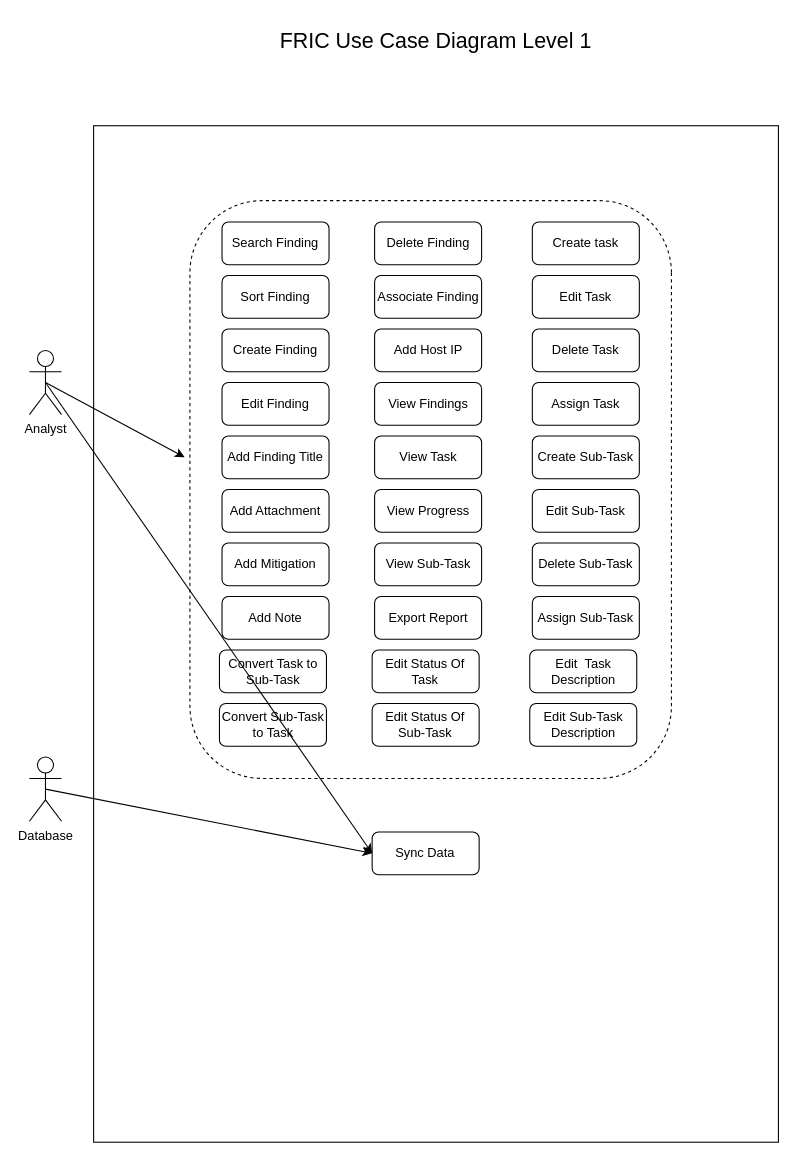
Earlier version of the draw.io diagram Untitled Diagram.drawio (jahernandez14/DB_Diagrams). Source tidied: cells renumbered, new cells numbered last; positions are measured from the earlier drawing's top-left corner, leaving out a move shared by most shapes. Both pictures are drawn from the tidied source at 107%, with x=0, y=0 at pixel (29, 18).
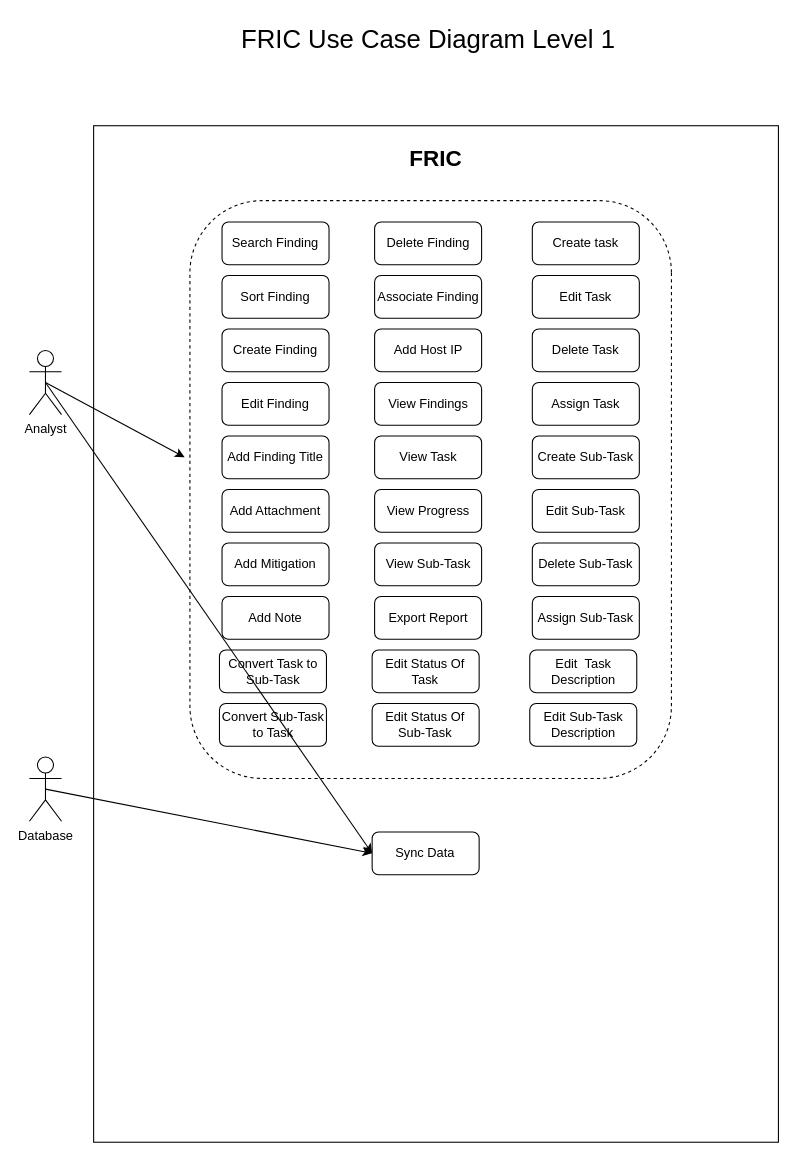
After the change.

Change to the diagram source:
```diff
@@
-    <mxCell id="2" value="&lt;font style=&quot;font-size: 20px&quot;&gt;FRIC Use Case Diagram Level 1&lt;/font&gt;" style="text;html=1;strokeColor=none;fillColor=none;align=center;verticalAlign=middle;whiteSpace=wrap;rounded=0;" parent="1" vertex="1">
-      <mxGeometry x="210" width="340" height="40" as="geometry" />
+    <mxCell id="2" value="&lt;font style=&quot;font-size: 24px&quot;&gt;FRIC Use Case Diagram Level 1&lt;/font&gt;" style="text;html=1;strokeColor=none;fillColor=none;align=center;verticalAlign=middle;whiteSpace=wrap;rounded=0;" parent="1" vertex="1">
+      <mxGeometry x="182.7" width="380" height="40" as="geometry" />
     </mxCell>
@@
+    <mxCell id="41" value="&lt;font size=&quot;1&quot;&gt;&lt;b style=&quot;font-size: 21px&quot;&gt;FRIC&lt;/b&gt;&lt;/font&gt;" style="text;html=1;strokeColor=none;fillColor=none;align=center;verticalAlign=middle;whiteSpace=wrap;rounded=0;" parent="1" vertex="1">
+      <mxGeometry x="320" y="120" width="120" height="20" as="geometry" />
+    </mxCell>
```
